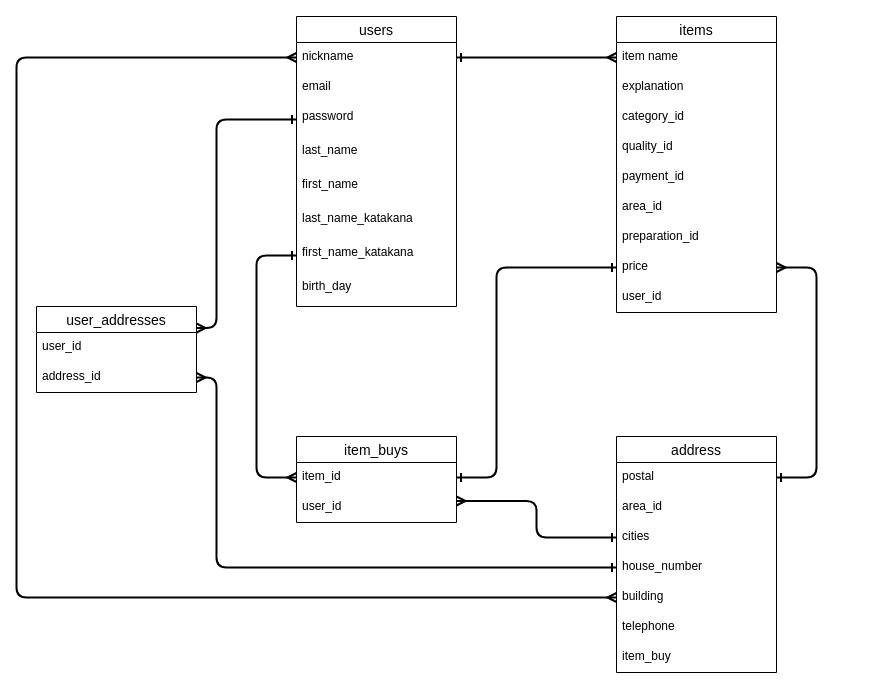
Earlier version of the draw.io diagram furima.dio (ohirune41/furima-37976). Source tidied: cells renumbered, new cells numbered last; positions are measured from the earlier drawing's top-left corner, leaving out a move shared by most shapes. Both pictures are drawn from the tidied source at 100%, with x=0, y=0 at pixel (16, 16).
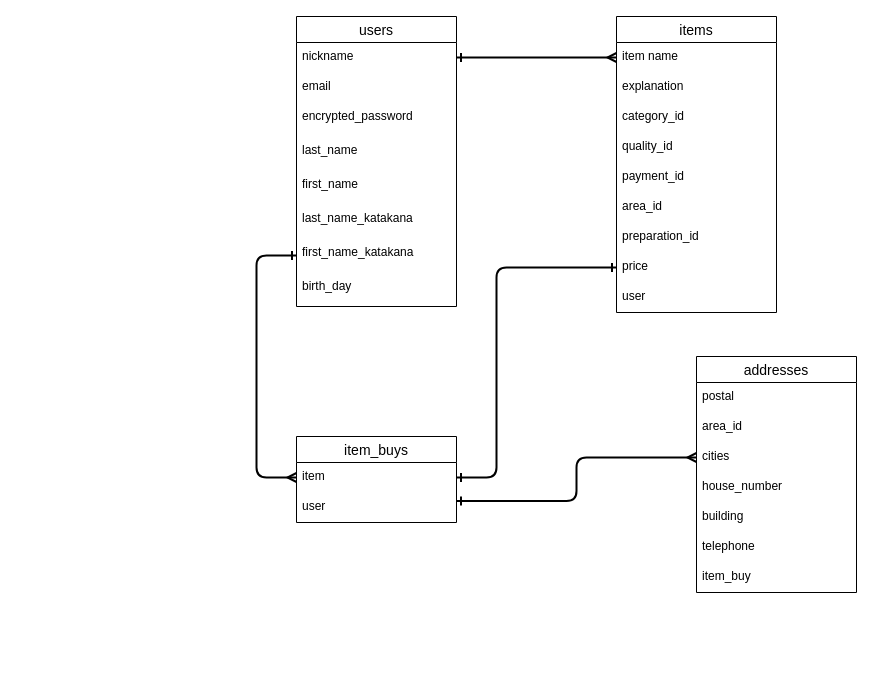
The same page after the edit.

Commit message (it also covers changes not shown here):
READMEとER図の再修正

Unchanged cells that the change refers to:
```xml
<mxCell id="2" value="users" style="swimlane;fontStyle=0;horizontal=1;startSize=26;align=center;fontSize=14;" parent="1" vertex="1">
  <mxGeometry x="280" width="160" height="290" as="geometry" />
</mxCell>
<mxCell id="3" value="nickname&#10;" style="text;strokeColor=none;fillColor=none;spacingLeft=4;spacingRight=4;overflow=hidden;points=[[0,0.5],[1,0.5]];portConstraint=eastwest;fontSize=12;" parent="2" vertex="1">
  <mxGeometry y="26" width="160" height="30" as="geometry" />
</mxCell>
<mxCell id="11" value="items" style="swimlane;fontStyle=0;horizontal=1;startSize=26;align=center;fontSize=14;" parent="1" vertex="1">
  <mxGeometry x="600" width="160" height="296" as="geometry" />
</mxCell>
<mxCell id="19" value="price" style="text;strokeColor=none;fillColor=none;spacingLeft=4;spacingRight=4;overflow=hidden;points=[[0,0.5],[1,0.5]];portConstraint=eastwest;fontSize=12;" parent="11" vertex="1">
  <mxGeometry y="236" width="160" height="30" as="geometry" />
</mxCell>
<mxCell id="23" value="postal" style="text;strokeColor=none;fillColor=none;spacingLeft=4;spacingRight=4;overflow=hidden;points=[[0,0.5],[1,0.5]];portConstraint=eastwest;fontSize=12;" parent="22" vertex="1">
  <mxGeometry y="26" width="160" height="30" as="geometry" />
</mxCell>
<mxCell id="25" value="cities" style="text;strokeColor=none;fillColor=none;spacingLeft=4;spacingRight=4;overflow=hidden;points=[[0,0.5],[1,0.5]];portConstraint=eastwest;fontSize=12;" parent="22" vertex="1">
  <mxGeometry y="86" width="160" height="30" as="geometry" />
</mxCell>
<mxCell id="26" value="house_number" style="text;strokeColor=none;fillColor=none;spacingLeft=4;spacingRight=4;overflow=hidden;points=[[0,0.5],[1,0.5]];portConstraint=eastwest;fontSize=12;" parent="22" vertex="1">
  <mxGeometry y="116" width="160" height="30" as="geometry" />
</mxCell>
<mxCell id="27" value="building" style="text;strokeColor=none;fillColor=none;spacingLeft=4;spacingRight=4;overflow=hidden;points=[[0,0.5],[1,0.5]];portConstraint=eastwest;fontSize=12;" parent="22" vertex="1">
  <mxGeometry y="146" width="160" height="30" as="geometry" />
</mxCell>
<mxCell id="31" value="item_buys" style="swimlane;fontStyle=0;horizontal=1;startSize=26;align=center;fontSize=14;" parent="1" vertex="1">
  <mxGeometry x="280" y="420" width="160" height="86" as="geometry" />
</mxCell>
```

What changed in the source:
```diff
@@
-    <mxCell id="5" value="password" style="text;strokeColor=none;fillColor=none;spacingLeft=4;spacingRight=4;overflow=hidden;points=[[0,0.5],[1,0.5]];portConstraint=eastwest;fontSize=12;" parent="2" vertex="1">
+    <mxCell id="5" value="encrypted_password" style="text;strokeColor=none;fillColor=none;spacingLeft=4;spacingRight=4;overflow=hidden;points=[[0,0.5],[1,0.5]];portConstraint=eastwest;fontSize=12;" parent="2" vertex="1">
       <mxGeometry y="86" width="160" height="34" as="geometry" />
     </mxCell>
@@
-    <mxCell id="20" value="user_id" style="text;strokeColor=none;fillColor=none;spacingLeft=4;spacingRight=4;overflow=hidden;fontSize=12;" parent="11" vertex="1">
+    <mxCell id="20" value="user" style="text;strokeColor=none;fillColor=none;spacingLeft=4;spacingRight=4;overflow=hidden;fontSize=12;" parent="11" vertex="1">
       <mxGeometry y="266" width="160" height="30" as="geometry" />
     </mxCell>
@@
-    <mxCell id="22" value="address" style="swimlane;fontStyle=0;horizontal=1;startSize=26;align=center;fontSize=14;" parent="1" vertex="1">
-      <mxGeometry x="600" y="420" width="160" height="236" as="geometry" />
+    <mxCell id="22" value="addresses" style="swimlane;fontStyle=0;horizontal=1;startSize=26;align=center;fontSize=14;" parent="1" vertex="1">
+      <mxGeometry x="680" y="340" width="160" height="236" as="geometry" />
     </mxCell>
@@
-    <mxCell id="30" style="edgeStyle=elbowEdgeStyle;rounded=1;html=1;exitX=1;exitY=0.75;exitDx=0;exitDy=0;entryX=0;entryY=0.5;entryDx=0;entryDy=0;fontSize=11;startArrow=ERmany;startFill=0;endArrow=ERone;endFill=0;sourcePerimeterSpacing=0;targetPerimeterSpacing=0;strokeColor=default;strokeWidth=2;" parent="1" edge="1" source="31" target="25">
+    <mxCell id="30" style="edgeStyle=elbowEdgeStyle;rounded=1;html=1;exitX=1;exitY=0.75;exitDx=0;exitDy=0;entryX=0;entryY=0.5;entryDx=0;entryDy=0;fontSize=11;startArrow=ERone;startFill=0;endArrow=ERmany;endFill=0;sourcePerimeterSpacing=0;targetPerimeterSpacing=0;strokeColor=default;strokeWidth=2;" parent="1" edge="1" source="31" target="25">
       <mxGeometry relative="1" as="geometry" />
     </mxCell>
@@
-    <mxCell id="32" value="item_id" style="text;strokeColor=none;fillColor=none;spacingLeft=4;spacingRight=4;overflow=hidden;points=[[0,0.5],[1,0.5]];portConstraint=eastwest;fontSize=12;" parent="31" vertex="1">
+    <mxCell id="32" value="item" style="text;strokeColor=none;fillColor=none;spacingLeft=4;spacingRight=4;overflow=hidden;points=[[0,0.5],[1,0.5]];portConstraint=eastwest;fontSize=12;" parent="31" vertex="1">
       <mxGeometry y="26" width="160" height="30" as="geometry" />
     </mxCell>
-    <mxCell id="33" value="user_id" style="text;strokeColor=none;fillColor=none;spacingLeft=4;spacingRight=4;overflow=hidden;fontSize=12;" parent="31" vertex="1">
+    <mxCell id="33" value="user" style="text;strokeColor=none;fillColor=none;spacingLeft=4;spacingRight=4;overflow=hidden;fontSize=12;" parent="31" vertex="1">
       <mxGeometry y="56" width="160" height="30" as="geometry" />
     </mxCell>
@@
-    <mxCell id="35" style="edgeStyle=elbowEdgeStyle;rounded=1;html=1;exitX=0;exitY=0.5;exitDx=0;exitDy=0;fontSize=11;startArrow=ERmany;startFill=0;endArrow=ERmany;endFill=0;sourcePerimeterSpacing=0;targetPerimeterSpacing=0;strokeColor=default;strokeWidth=2;entryX=0;entryY=0.5;entryDx=0;entryDy=0;" parent="1" edge="1" source="3" target="27">
-      <mxGeometry relative="1" as="geometry">
-        <Array as="points">
-          <mxPoint y="330" />
-          <mxPoint x="40" y="300" />
-          <mxPoint x="200" y="560" />
-          <mxPoint x="200" y="580" />
-        </Array>
-      </mxGeometry>
-    </mxCell>
@@
-    <mxCell id="37" style="edgeStyle=elbowEdgeStyle;rounded=1;html=1;exitX=1;exitY=0.5;exitDx=0;exitDy=0;fontSize=11;startArrow=ERmany;startFill=0;endArrow=ERone;endFill=0;sourcePerimeterSpacing=0;targetPerimeterSpacing=0;strokeColor=default;strokeWidth=2;entryX=1;entryY=0.5;entryDx=0;entryDy=0;" parent="1" edge="1" source="19" target="23">
-      <mxGeometry relative="1" as="geometry">
-        <Array as="points">
-          <mxPoint x="800" y="370" />
-        </Array>
-      </mxGeometry>
-    </mxCell>
-    <mxCell id="38" value="user_addresses" style="swimlane;fontStyle=0;horizontal=1;startSize=26;align=center;fontSize=14;" parent="1" vertex="1">
-      <mxGeometry x="20" y="290" width="160" height="86" as="geometry" />
-    </mxCell>
-    <mxCell id="39" value="user_id" style="text;strokeColor=none;fillColor=none;spacingLeft=4;spacingRight=4;overflow=hidden;fontSize=12;" parent="38" vertex="1">
-      <mxGeometry y="26" width="160" height="30" as="geometry" />
-    </mxCell>
-    <mxCell id="40" value="address_id" style="text;strokeColor=none;fillColor=none;spacingLeft=4;spacingRight=4;overflow=hidden;points=[[0,0.5],[1,0.5]];portConstraint=eastwest;fontSize=12;" parent="38" vertex="1">
-      <mxGeometry y="56" width="160" height="30" as="geometry" />
-    </mxCell>
-    <mxCell id="41" style="edgeStyle=elbowEdgeStyle;rounded=1;html=1;exitX=0;exitY=0.5;exitDx=0;exitDy=0;entryX=1;entryY=0.25;entryDx=0;entryDy=0;fontSize=11;startArrow=ERone;startFill=0;endArrow=ERmany;endFill=0;sourcePerimeterSpacing=0;targetPerimeterSpacing=0;strokeColor=default;strokeWidth=2;" parent="1" edge="1" source="5" target="38">
-      <mxGeometry relative="1" as="geometry">
-        <Array as="points">
-          <mxPoint x="200" y="210" />
-        </Array>
-      </mxGeometry>
-    </mxCell>
-    <mxCell id="42" style="edgeStyle=elbowEdgeStyle;rounded=1;html=1;exitX=1;exitY=0.5;exitDx=0;exitDy=0;entryX=0;entryY=0.5;entryDx=0;entryDy=0;fontSize=11;startArrow=ERmany;startFill=0;endArrow=ERone;endFill=0;sourcePerimeterSpacing=0;targetPerimeterSpacing=0;strokeColor=default;strokeWidth=2;" parent="1" edge="1" source="40" target="26">
-      <mxGeometry relative="1" as="geometry">
-        <Array as="points">
-          <mxPoint x="200" y="450" />
-        </Array>
-      </mxGeometry>
-    </mxCell>
```
